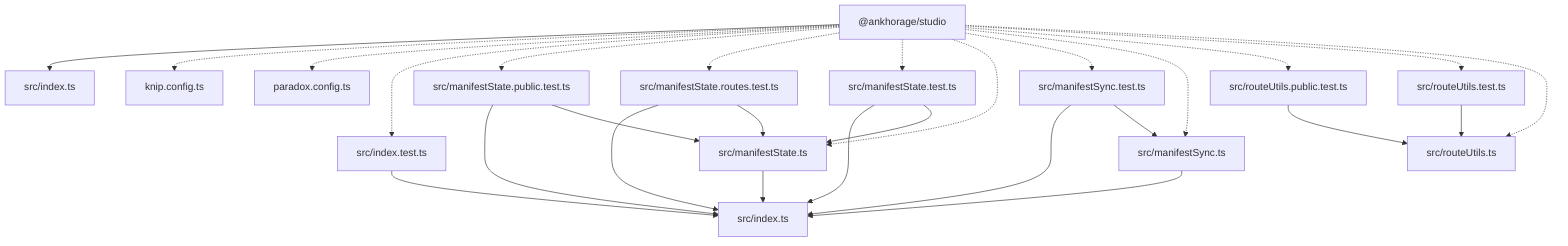
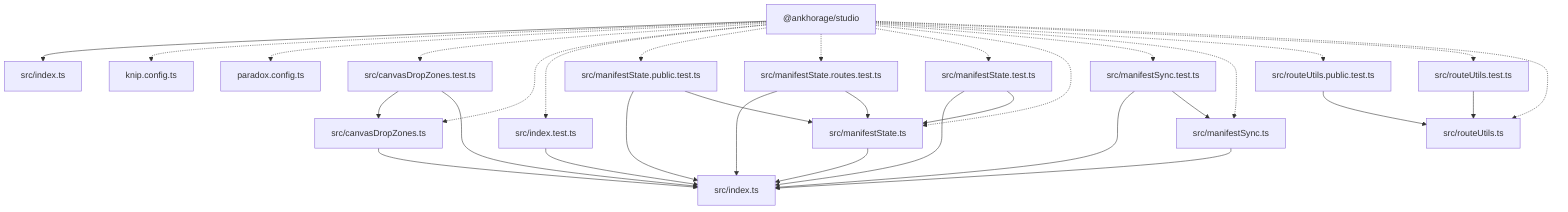
graph TD
  package__ankhorage_studio["@ankhorage/studio"]
  entrypoint_src_index_ts["src/index.ts"]
  package__ankhorage_studio --> entrypoint_src_index_ts
  module_knip_config_ts["knip.config.ts"]
  package__ankhorage_studio -.-> module_knip_config_ts
  module_paradox_config_ts["paradox.config.ts"]
  package__ankhorage_studio -.-> module_paradox_config_ts
+   module_src_canvasDropZones_test_ts["src/canvasDropZones.test.ts"]
+   package__ankhorage_studio -.-> module_src_canvasDropZones_test_ts
+   module_src_canvasDropZones_test_ts --> module_src_canvasDropZones_ts
+   module_src_canvasDropZones_test_ts --> module_src_index_ts
+   module_src_canvasDropZones_ts["src/canvasDropZones.ts"]
+   package__ankhorage_studio -.-> module_src_canvasDropZones_ts
+   module_src_canvasDropZones_ts --> module_src_index_ts
  module_src_index_test_ts["src/index.test.ts"]
  package__ankhorage_studio -.-> module_src_index_test_ts
  module_src_index_test_ts --> module_src_index_ts
  module_src_index_ts["src/index.ts"]
  module_src_manifestState_public_test_ts["src/manifestState.public.test.ts"]
  package__ankhorage_studio -.-> module_src_manifestState_public_test_ts
  module_src_manifestState_public_test_ts --> module_src_index_ts
  module_src_manifestState_public_test_ts --> module_src_manifestState_ts
  module_src_manifestState_routes_test_ts["src/manifestState.routes.test.ts"]
  package__ankhorage_studio -.-> module_src_manifestState_routes_test_ts
  module_src_manifestState_routes_test_ts --> module_src_index_ts
  module_src_manifestState_routes_test_ts --> module_src_manifestState_ts
  module_src_manifestState_test_ts["src/manifestState.test.ts"]
  package__ankhorage_studio -.-> module_src_manifestState_test_ts
  module_src_manifestState_test_ts --> module_src_index_ts
  module_src_manifestState_test_ts --> module_src_manifestState_ts
  module_src_manifestState_ts["src/manifestState.ts"]
  package__ankhorage_studio -.-> module_src_manifestState_ts
  module_src_manifestState_ts --> module_src_index_ts
  module_src_manifestSync_test_ts["src/manifestSync.test.ts"]
  package__ankhorage_studio -.-> module_src_manifestSync_test_ts
  module_src_manifestSync_test_ts --> module_src_index_ts
  module_src_manifestSync_test_ts --> module_src_manifestSync_ts
  module_src_manifestSync_ts["src/manifestSync.ts"]
  package__ankhorage_studio -.-> module_src_manifestSync_ts
  module_src_manifestSync_ts --> module_src_index_ts
  module_src_routeUtils_public_test_ts["src/routeUtils.public.test.ts"]
  package__ankhorage_studio -.-> module_src_routeUtils_public_test_ts
  module_src_routeUtils_public_test_ts --> module_src_routeUtils_ts
  module_src_routeUtils_test_ts["src/routeUtils.test.ts"]
  package__ankhorage_studio -.-> module_src_routeUtils_test_ts
  module_src_routeUtils_test_ts --> module_src_routeUtils_ts
  module_src_routeUtils_ts["src/routeUtils.ts"]
  package__ankhorage_studio -.-> module_src_routeUtils_ts
